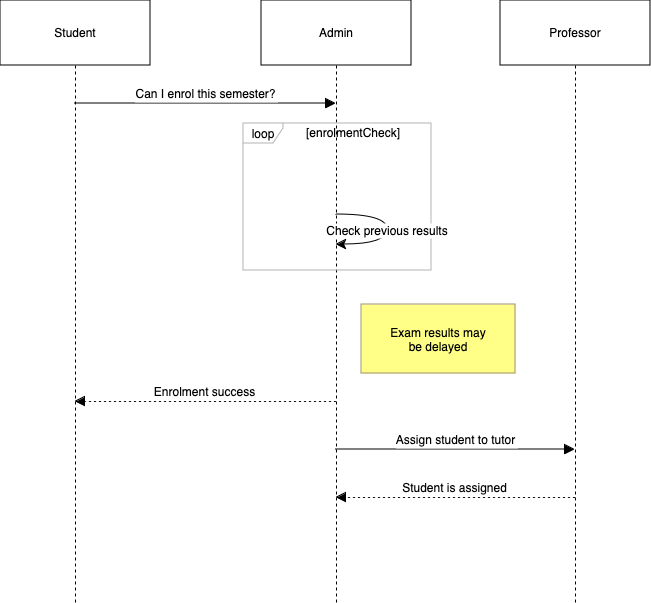
Before: assets/img/blog/mermaid-sequence-example.png, a diagram exported from draw.io (jgraph/www.diagrams.net-source). Source tidied: cells renumbered, new cells last; positions are measured from the earlier drawing's top-left corner, leaving out a move shared by most shapes. Its diagram source:
```xml
<mxGraphModel>
  <root>
    <mxCell id="0" />
    <mxCell id="1" parent="0" />
    <mxCell id="2" value="Student" style="shape=umlLifeline;perimeter=lifelinePerimeter;whiteSpace=wrap;outlineConnect=0;portConstraint=eastwest;newEdgeStyle={&quot;edgeStyle&quot;:&quot;elbowEdgeStyle&quot;,&quot;elbow&quot;:&quot;vertical&quot;,&quot;curved&quot;:0,&quot;rounded&quot;:0};size=65;" parent="1" vertex="1">
      <mxGeometry width="150" height="602" as="geometry" />
    </mxCell>
    <mxCell id="3" value="Admin" style="shape=umlLifeline;perimeter=lifelinePerimeter;whiteSpace=wrap;outlineConnect=0;portConstraint=eastwest;newEdgeStyle={&quot;edgeStyle&quot;:&quot;elbowEdgeStyle&quot;,&quot;elbow&quot;:&quot;vertical&quot;,&quot;curved&quot;:0,&quot;rounded&quot;:0};size=65;" parent="1" vertex="1">
      <mxGeometry x="261" width="150" height="602" as="geometry" />
    </mxCell>
    <mxCell id="4" value="Professor" style="shape=umlLifeline;perimeter=lifelinePerimeter;whiteSpace=wrap;outlineConnect=0;portConstraint=eastwest;newEdgeStyle={&quot;edgeStyle&quot;:&quot;elbowEdgeStyle&quot;,&quot;elbow&quot;:&quot;vertical&quot;,&quot;curved&quot;:0,&quot;rounded&quot;:0};size=65;" parent="1" vertex="1">
      <mxGeometry x="500" width="150" height="602" as="geometry" />
    </mxCell>
    <mxCell id="5" value="loop" style="shape=umlFrame;strokeColor=#B3B3B3;height=20;width=40;" parent="1" vertex="1">
      <mxGeometry x="243" y="123" width="188" height="147" as="geometry" />
    </mxCell>
    <mxCell id="6" value="[enrolmentCheck]" style="text;strokeColor=none;fillColor=none;align=center;verticalAlign=middle;whiteSpace=wrap;" parent="5" vertex="1">
      <mxGeometry x="40" width="140" height="20" as="geometry" />
    </mxCell>
    <mxCell id="7" value="Can I enrol this semester?" style="verticalAlign=bottom;endArrow=block;edgeStyle=elbowEdgeStyle;elbow=vertical;curved=0;rounded=0;fontSize=12;startSize=8;endSize=8;" parent="1" edge="1" source="2" target="3">
      <mxGeometry relative="1" as="geometry">
        <Array as="points">
          <mxPoint x="214" y="103" />
        </Array>
      </mxGeometry>
    </mxCell>
    <mxCell id="8" value="Check previous results" style="curved=1;rounded=0;fontSize=12;startSize=8;endSize=8;" parent="1" edge="1" source="3" target="3">
      <mxGeometry relative="1" as="geometry">
        <Array as="points">
          <mxPoint x="387" y="214" />
          <mxPoint x="387" y="244" />
        </Array>
      </mxGeometry>
    </mxCell>
    <mxCell id="9" value="Enrolment success" style="verticalAlign=bottom;endArrow=block;edgeStyle=elbowEdgeStyle;elbow=vertical;curved=0;rounded=0;dashed=1;dashPattern=2 3;fontSize=12;startSize=8;endSize=8;" parent="1" edge="1" source="3" target="2">
      <mxGeometry relative="1" as="geometry">
        <Array as="points">
          <mxPoint x="217" y="401" />
        </Array>
      </mxGeometry>
    </mxCell>
    <mxCell id="10" value="Assign student to tutor" style="verticalAlign=bottom;endArrow=block;edgeStyle=elbowEdgeStyle;elbow=vertical;curved=0;rounded=0;fontSize=12;startSize=8;endSize=8;" parent="1" edge="1" source="3" target="4">
      <mxGeometry relative="1" as="geometry">
        <Array as="points">
          <mxPoint x="464" y="449" />
        </Array>
      </mxGeometry>
    </mxCell>
    <mxCell id="11" value="Student is assigned" style="verticalAlign=bottom;endArrow=block;edgeStyle=elbowEdgeStyle;elbow=vertical;curved=0;rounded=0;dashed=1;dashPattern=2 3;fontSize=12;startSize=8;endSize=8;" parent="1" edge="1" source="4" target="3">
      <mxGeometry relative="1" as="geometry">
        <Array as="points">
          <mxPoint x="467" y="497" />
        </Array>
      </mxGeometry>
    </mxCell>
    <mxCell id="12" value="Exam results may &#10; be delayed" style="fillColor=#ffff88;strokeColor=#9E916F;" parent="1" vertex="1">
      <mxGeometry x="361" y="304" width="154" height="69" as="geometry" />
    </mxCell>
  </root>
</mxGraphModel>
```
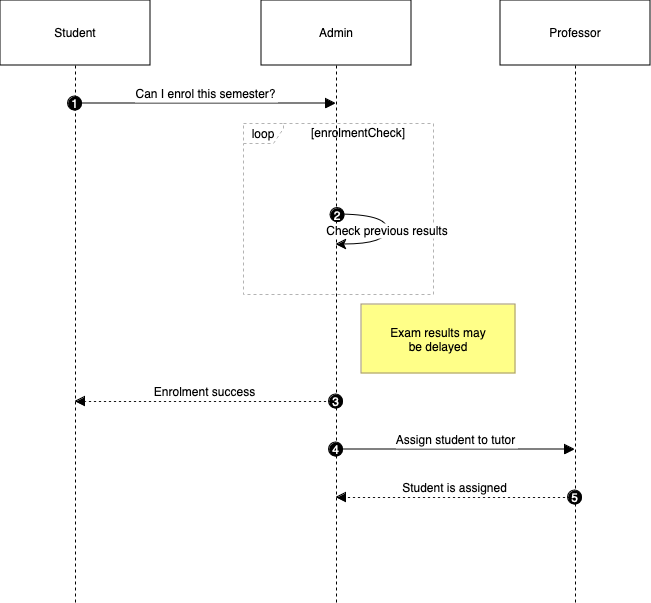
The same diagram one commit later.

Change to the diagram source:
```diff
@@ -11,11 +11,11 @@
     <mxCell id="4" value="Professor" style="shape=umlLifeline;perimeter=lifelinePerimeter;whiteSpace=wrap;outlineConnect=0;portConstraint=eastwest;newEdgeStyle={&quot;edgeStyle&quot;:&quot;elbowEdgeStyle&quot;,&quot;elbow&quot;:&quot;vertical&quot;,&quot;curved&quot;:0,&quot;rounded&quot;:0};size=65;" parent="1" vertex="1">
       <mxGeometry x="500" width="150" height="602" as="geometry" />
     </mxCell>
-    <mxCell id="5" value="loop" style="shape=umlFrame;strokeColor=#B3B3B3;height=20;width=40;" parent="1" vertex="1">
-      <mxGeometry x="243" y="123" width="188" height="147" as="geometry" />
+    <mxCell id="5" value="loop" style="shape=umlFrame;dashed=1;strokeColor=#B3B3B3;height=20;width=40;" parent="1" vertex="1">
+      <mxGeometry x="243" y="123" width="190" height="171" as="geometry" />
     </mxCell>
     <mxCell id="6" value="[enrolmentCheck]" style="text;strokeColor=none;fillColor=none;align=center;verticalAlign=middle;whiteSpace=wrap;" parent="5" vertex="1">
-      <mxGeometry x="40" width="140" height="20" as="geometry" />
+      <mxGeometry x="40" width="150" height="20" as="geometry" />
     </mxCell>
     <mxCell id="7" value="Can I enrol this semester?" style="verticalAlign=bottom;endArrow=block;edgeStyle=elbowEdgeStyle;elbow=vertical;curved=0;rounded=0;fontSize=12;startSize=8;endSize=8;" parent="1" edge="1" source="2" target="3">
       <mxGeometry relative="1" as="geometry">
@@ -24,6 +24,11 @@
         </Array>
       </mxGeometry>
     </mxCell>
+    <mxCell id="13" value="1" style="ellipse;fillColor=#000000;align=center;fontColor=#FFFFFF;" parent="7" vertex="1">
+      <mxGeometry width="14" height="14" relative="1" as="geometry">
+        <mxPoint x="-138" y="-7" as="offset" />
+      </mxGeometry>
+    </mxCell>
     <mxCell id="8" value="Check previous results" style="curved=1;rounded=0;fontSize=12;startSize=8;endSize=8;" parent="1" edge="1" source="3" target="3">
       <mxGeometry relative="1" as="geometry">
         <Array as="points">
@@ -32,6 +37,11 @@
         </Array>
       </mxGeometry>
     </mxCell>
+    <mxCell id="14" value="2" style="ellipse;fillColor=#000000;align=center;fontColor=#FFFFFF;" parent="8" vertex="1">
+      <mxGeometry width="14" height="14" relative="1" as="geometry">
+        <mxPoint x="-57" y="-22" as="offset" />
+      </mxGeometry>
+    </mxCell>
     <mxCell id="9" value="Enrolment success" style="verticalAlign=bottom;endArrow=block;edgeStyle=elbowEdgeStyle;elbow=vertical;curved=0;rounded=0;dashed=1;dashPattern=2 3;fontSize=12;startSize=8;endSize=8;" parent="1" edge="1" source="3" target="2">
       <mxGeometry relative="1" as="geometry">
         <Array as="points">
@@ -39,6 +49,11 @@
         </Array>
       </mxGeometry>
     </mxCell>
+    <mxCell id="15" value="3" style="ellipse;fillColor=#000000;align=center;fontColor=#FFFFFF;" parent="9" vertex="1">
+      <mxGeometry width="14" height="14" relative="1" as="geometry">
+        <mxPoint x="124" y="-7" as="offset" />
+      </mxGeometry>
+    </mxCell>
     <mxCell id="10" value="Assign student to tutor" style="verticalAlign=bottom;endArrow=block;edgeStyle=elbowEdgeStyle;elbow=vertical;curved=0;rounded=0;fontSize=12;startSize=8;endSize=8;" parent="1" edge="1" source="3" target="4">
       <mxGeometry relative="1" as="geometry">
         <Array as="points">
@@ -46,6 +61,11 @@
         </Array>
       </mxGeometry>
     </mxCell>
+    <mxCell id="16" value="4" style="ellipse;fillColor=#000000;align=center;fontColor=#FFFFFF;" parent="10" vertex="1">
+      <mxGeometry width="14" height="14" relative="1" as="geometry">
+        <mxPoint x="-127" y="-7" as="offset" />
+      </mxGeometry>
+    </mxCell>
     <mxCell id="11" value="Student is assigned" style="verticalAlign=bottom;endArrow=block;edgeStyle=elbowEdgeStyle;elbow=vertical;curved=0;rounded=0;dashed=1;dashPattern=2 3;fontSize=12;startSize=8;endSize=8;" parent="1" edge="1" source="4" target="3">
       <mxGeometry relative="1" as="geometry">
         <Array as="points">
@@ -53,6 +73,11 @@
         </Array>
       </mxGeometry>
     </mxCell>
+    <mxCell id="17" value="5" style="ellipse;fillColor=#000000;align=center;fontColor=#FFFFFF;" parent="11" vertex="1">
+      <mxGeometry width="14" height="14" relative="1" as="geometry">
+        <mxPoint x="113" y="-7" as="offset" />
+      </mxGeometry>
+    </mxCell>
     <mxCell id="12" value="Exam results may &#10; be delayed" style="fillColor=#ffff88;strokeColor=#9E916F;" parent="1" vertex="1">
       <mxGeometry x="361" y="304" width="154" height="69" as="geometry" />
     </mxCell>
```
